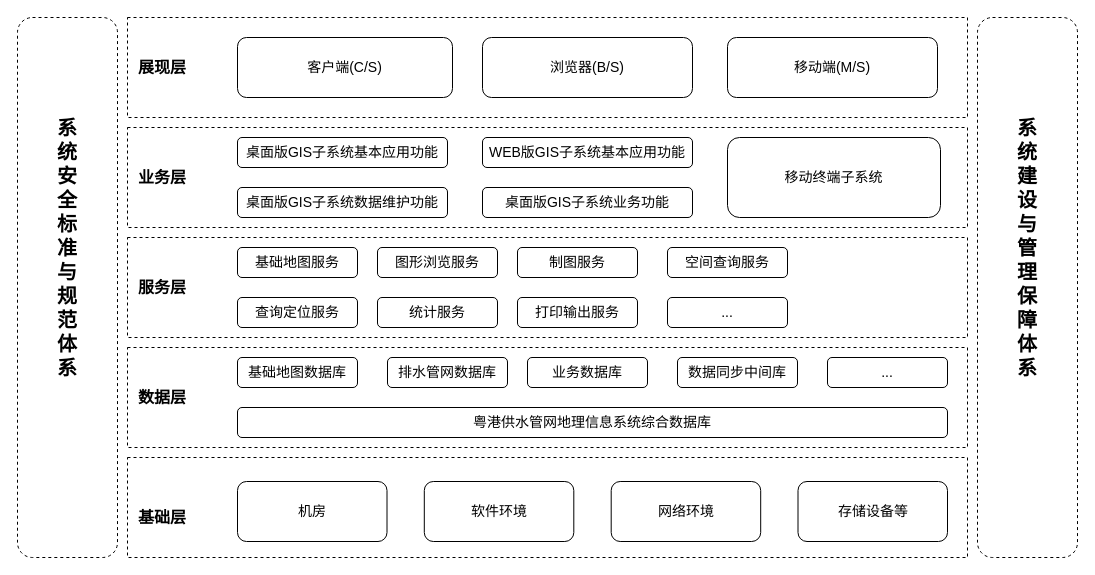
The draw.io diagram page "智慧排水总体架构" (2 of 6) of 二供ER图.drawio in lpeng589/draw, before the edit. Source tidied: cells renumbered, new cells numbered last; positions are measured from the earlier drawing's top-left corner, leaving out a move shared by most shapes. Both pictures are drawn from the tidied source at 100%, with x=0, y=0 at pixel (17, 17).
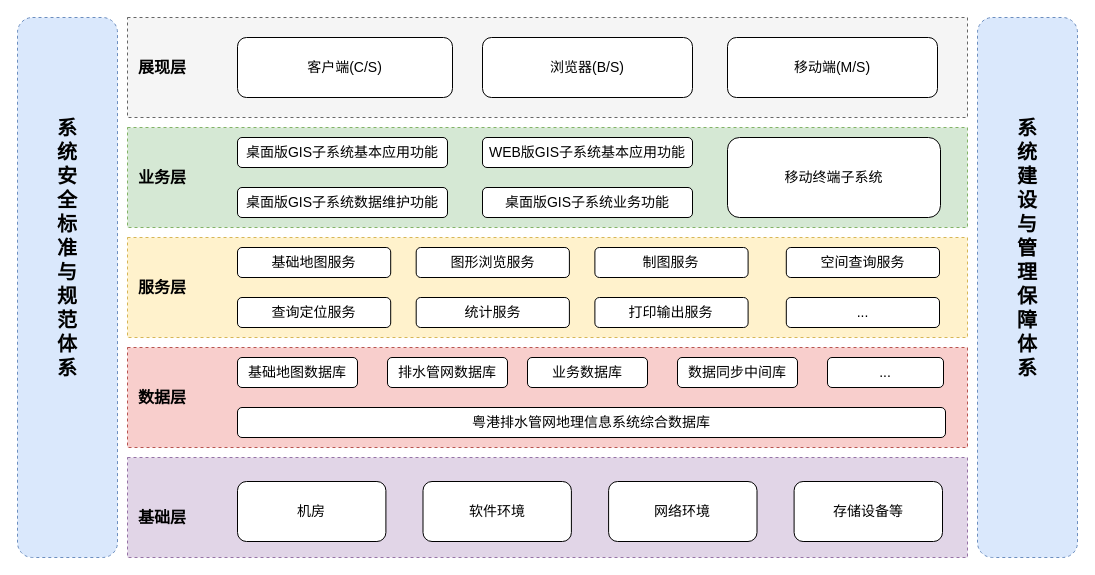
Above is the later version.

The change refers to these unchanged cells:
```xml
<mxCell id="42" value="&lt;span style=&quot;font-weight: 700&quot;&gt;系统安全标准与规范体系&lt;/span&gt;" style="text;html=1;strokeColor=none;fillColor=none;align=center;verticalAlign=middle;whiteSpace=wrap;rounded=0;fontFamily=Helvetica;fontSize=20;" parent="1" vertex="1">
  <mxGeometry x="30" y="220" width="40" height="20" as="geometry" />
</mxCell>
```

Diff of the diagram source:
```diff
@@
-    <mxCell id="2" style="rounded=0;whiteSpace=wrap;html=1;fillColor=none;dashed=1;" parent="1" vertex="1">
+    <mxCell id="2" style="rounded=0;whiteSpace=wrap;html=1;fillColor=#f5f5f5;dashed=1;strokeColor=#666666;fontColor=#333333;" parent="1" vertex="1">
       <mxGeometry x="110" width="840" height="100" as="geometry" />
     </mxCell>
-    <mxCell id="3" style="rounded=0;whiteSpace=wrap;html=1;dashed=1;" parent="1" vertex="1">
+    <mxCell id="3" style="rounded=0;whiteSpace=wrap;html=1;dashed=1;fillColor=#d5e8d4;strokeColor=#82b366;" parent="1" vertex="1">
       <mxGeometry x="110" y="110" width="840" height="100" as="geometry" />
     </mxCell>
-    <mxCell id="4" style="rounded=0;whiteSpace=wrap;html=1;dashed=1;" parent="1" vertex="1">
+    <mxCell id="4" style="rounded=0;whiteSpace=wrap;html=1;dashed=1;fillColor=#fff2cc;strokeColor=#d6b656;" parent="1" vertex="1">
       <mxGeometry x="110" y="220" width="840" height="100" as="geometry" />
     </mxCell>
-    <mxCell id="5" style="rounded=0;whiteSpace=wrap;html=1;dashed=1;" parent="1" vertex="1">
+    <mxCell id="5" style="rounded=0;whiteSpace=wrap;html=1;dashed=1;fillColor=#f8cecc;strokeColor=#b85450;" parent="1" vertex="1">
       <mxGeometry x="110" y="330" width="840" height="100" as="geometry" />
     </mxCell>
-    <mxCell id="6" style="rounded=0;whiteSpace=wrap;html=1;dashed=1;" parent="1" vertex="1">
+    <mxCell id="6" style="rounded=0;whiteSpace=wrap;html=1;dashed=1;fillColor=#e1d5e7;strokeColor=#9673a6;" parent="1" vertex="1">
       <mxGeometry x="110" y="440" width="840" height="100" as="geometry" />
     </mxCell>
@@
     <mxCell id="10" value="..." style="rounded=1;whiteSpace=wrap;html=1;fontSize=14;" parent="1" vertex="1">
-      <mxGeometry x="810" y="340" width="120" height="30" as="geometry" />
+      <mxGeometry x="810" y="340" width="116" height="30" as="geometry" />
     </mxCell>
@@
-    <mxCell id="12" value="粤港供水管网地理信息系统综合数据库" style="rounded=1;whiteSpace=wrap;html=1;fontSize=14;" parent="1" vertex="1">
-      <mxGeometry x="220" y="390" width="710" height="30" as="geometry" />
+    <mxCell id="12" value="粤港排水管网地理信息系统综合数据库" style="rounded=1;whiteSpace=wrap;html=1;fontSize=14;" parent="1" vertex="1">
+      <mxGeometry x="220" y="390" width="708" height="30" as="geometry" />
     </mxCell>
-    <mxCell id="13" value="基础地图服务" style="rounded=1;whiteSpace=wrap;html=1;fontSize=14;" parent="1" vertex="1">
-      <mxGeometry x="220" y="230" width="120" height="30" as="geometry" />
-    </mxCell>
-    <mxCell id="14" value="图形浏览服务" style="rounded=1;whiteSpace=wrap;html=1;fontSize=14;" parent="1" vertex="1">
-      <mxGeometry x="360" y="230" width="120" height="30" as="geometry" />
-    </mxCell>
-    <mxCell id="15" value="制图服务" style="rounded=1;whiteSpace=wrap;html=1;fontSize=14;" parent="1" vertex="1">
-      <mxGeometry x="500" y="230" width="120" height="30" as="geometry" />
-    </mxCell>
-    <mxCell id="16" value="空间查询服务" style="rounded=1;whiteSpace=wrap;html=1;fontSize=14;" parent="1" vertex="1">
-      <mxGeometry x="650" y="230" width="120" height="30" as="geometry" />
-    </mxCell>
-    <mxCell id="17" value="查询定位服务" style="rounded=1;whiteSpace=wrap;html=1;fontSize=14;" parent="1" vertex="1">
-      <mxGeometry x="220" y="280" width="120" height="30" as="geometry" />
-    </mxCell>
-    <mxCell id="18" value="统计服务" style="rounded=1;whiteSpace=wrap;html=1;fontSize=14;" parent="1" vertex="1">
-      <mxGeometry x="360" y="280" width="120" height="30" as="geometry" />
-    </mxCell>
-    <mxCell id="19" value="打印输出服务" style="rounded=1;whiteSpace=wrap;html=1;fontSize=14;" parent="1" vertex="1">
-      <mxGeometry x="500" y="280" width="120" height="30" as="geometry" />
-    </mxCell>
-    <mxCell id="20" value="..." style="rounded=1;whiteSpace=wrap;html=1;fontSize=14;" parent="1" vertex="1">
-      <mxGeometry x="650" y="280" width="120" height="30" as="geometry" />
-    </mxCell>
@@
     <mxCell id="29" style="group;" parent="1" vertex="1">
-      <mxGeometry x="220" y="464" width="710" height="60" as="geometry" />
+      <mxGeometry x="220" y="464" width="705" height="60" as="geometry" />
     </mxCell>
     <mxCell id="30" value="机房" style="rounded=1;whiteSpace=wrap;html=1;fontSize=14;" parent="29" vertex="1">
-      <mxGeometry width="149.5" height="60" as="geometry" />
+      <mxGeometry width="148.4" height="60" as="geometry" />
     </mxCell>
     <mxCell id="31" value="软件环境" style="rounded=1;whiteSpace=wrap;html=1;fontSize=14;" parent="29" vertex="1">
-      <mxGeometry x="186.8" width="149.5" height="60" as="geometry" />
+      <mxGeometry x="185.5" width="148.4" height="60" as="geometry" />
     </mxCell>
     <mxCell id="32" value="网络环境" style="rounded=1;whiteSpace=wrap;html=1;fontSize=14;" parent="29" vertex="1">
-      <mxGeometry x="373.7" width="149.5" height="60" as="geometry" />
+      <mxGeometry x="371.1" width="148.4" height="60" as="geometry" />
     </mxCell>
     <mxCell id="33" value="存储设备等" style="rounded=1;whiteSpace=wrap;html=1;fontSize=14;" parent="29" vertex="1">
-      <mxGeometry x="560.5" width="149.5" height="60" as="geometry" />
+      <mxGeometry x="556.6" width="148.4" height="60" as="geometry" />
     </mxCell>
@@
-    <mxCell id="39" style="rounded=1;whiteSpace=wrap;html=1;fontSize=20;fontStyle=1;dashed=1;" parent="1" vertex="1">
+    <mxCell id="39" style="rounded=1;whiteSpace=wrap;html=1;fontSize=20;fontStyle=1;dashed=1;fillColor=#dae8fc;strokeColor=#6c8ebf;" parent="1" vertex="1">
       <mxGeometry width="100" height="540" as="geometry" />
     </mxCell>
-    <mxCell id="40" style="rounded=1;whiteSpace=wrap;html=1;fontSize=20;horizontal=1;fontStyle=1;fontFamily=Helvetica;dashed=1;" parent="1" vertex="1">
+    <mxCell id="40" style="rounded=1;whiteSpace=wrap;html=1;fontSize=20;horizontal=1;fontStyle=1;fontFamily=Helvetica;dashed=1;fillColor=#dae8fc;strokeColor=#6c8ebf;" parent="1" vertex="1">
       <mxGeometry x="960" width="100" height="540" as="geometry" />
     </mxCell>
@@
-    <mxCell id="43" style="edgeStyle=orthogonalEdgeStyle;rounded=0;orthogonalLoop=1;jettySize=auto;html=1;exitX=0.5;exitY=1;exitDx=0;exitDy=0;fontFamily=Helvetica;fontSize=20;" parent="1" edge="1" source="42" target="42">
-      <mxGeometry relative="1" as="geometry" />
-    </mxCell>
+    <mxCell id="44" style="group;" parent="1" vertex="1">
+      <mxGeometry x="220" y="230" width="702" height="80" as="geometry" />
+    </mxCell>
+    <mxCell id="13" value="基础地图服务" style="rounded=1;whiteSpace=wrap;html=1;fontSize=14;" parent="44" vertex="1">
+      <mxGeometry width="153.2" height="30" as="geometry" />
+    </mxCell>
+    <mxCell id="14" value="图形浏览服务" style="rounded=1;whiteSpace=wrap;html=1;fontSize=14;" parent="44" vertex="1">
+      <mxGeometry x="178.7" width="153.2" height="30" as="geometry" />
+    </mxCell>
+    <mxCell id="15" value="制图服务" style="rounded=1;whiteSpace=wrap;html=1;fontSize=14;" parent="44" vertex="1">
+      <mxGeometry x="357.4" width="153.2" height="30" as="geometry" />
+    </mxCell>
+    <mxCell id="16" value="空间查询服务" style="rounded=1;whiteSpace=wrap;html=1;fontSize=14;" parent="44" vertex="1">
+      <mxGeometry x="548.8" width="153.2" height="30" as="geometry" />
+    </mxCell>
+    <mxCell id="17" value="查询定位服务" style="rounded=1;whiteSpace=wrap;html=1;fontSize=14;" parent="44" vertex="1">
+      <mxGeometry y="50" width="153.2" height="30" as="geometry" />
+    </mxCell>
+    <mxCell id="18" value="统计服务" style="rounded=1;whiteSpace=wrap;html=1;fontSize=14;" parent="44" vertex="1">
+      <mxGeometry x="178.7" y="50" width="153.2" height="30" as="geometry" />
+    </mxCell>
+    <mxCell id="19" value="打印输出服务" style="rounded=1;whiteSpace=wrap;html=1;fontSize=14;" parent="44" vertex="1">
+      <mxGeometry x="357.4" y="50" width="153.2" height="30" as="geometry" />
+    </mxCell>
+    <mxCell id="20" value="..." style="rounded=1;whiteSpace=wrap;html=1;fontSize=14;" parent="44" vertex="1">
+      <mxGeometry x="548.8" y="50" width="153.2" height="30" as="geometry" />
+    </mxCell>
```
